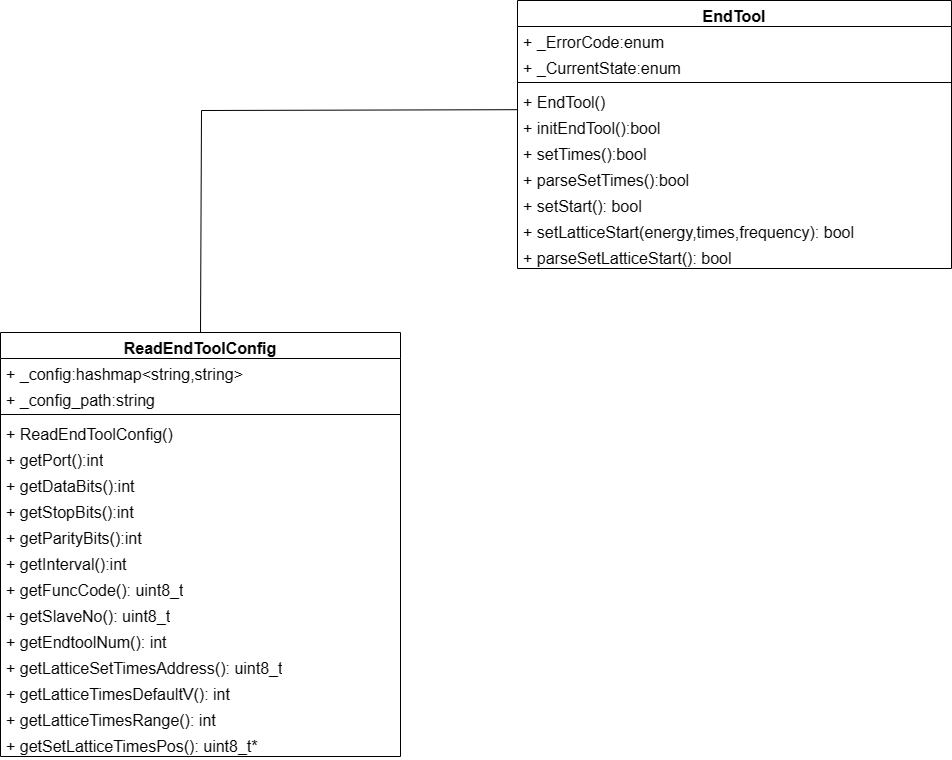
The draw.io diagram 理疗头类图.drawio.png in Durpe/Drawio, before a commit. Source tidied: cells renumbered, new cells last; positions are measured from the earlier drawing's top-left corner, leaving out a move shared by most shapes.
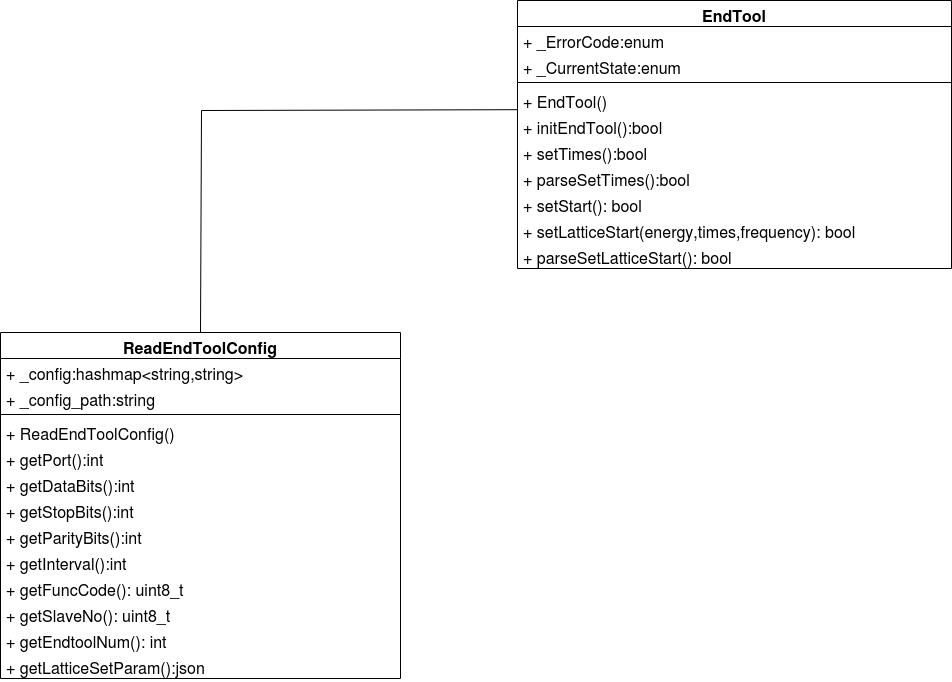
Later version of the same file.

Commit message:
更新理疗头类图.drawio.png

The edit, as a diff of the source:
```diff
@@ -3,7 +3,7 @@
     <mxCell id="0" />
     <mxCell id="1" parent="0" />
     <mxCell id="2" value="ReadEndToolConfig" style="swimlane;fontStyle=1;align=center;verticalAlign=top;horizontal=1;startSize=26;whiteSpace=wrap;html=1;fontSize=16;" parent="1" vertex="1">
-      <mxGeometry y="332" width="400" height="424" as="geometry" />
+      <mxGeometry y="332" width="400" height="346" as="geometry" />
     </mxCell>
     <mxCell id="3" value="+&lt;span style=&quot;white-space: pre; font-size: 16px;&quot;&gt; &lt;/span&gt;_config:hashmap&amp;lt;string,string&amp;gt;&lt;br style=&quot;font-size: 16px;&quot;&gt;" style="text;strokeColor=none;fillColor=none;align=left;verticalAlign=top;spacingLeft=4;spacingRight=4;overflow=hidden;whiteSpace=wrap;html=1;fontSize=16;" parent="2" vertex="1">
       <mxGeometry y="26" width="400" height="26" as="geometry" />
@@ -41,18 +41,9 @@
     <mxCell id="14" value="+ getEndtoolNum(): int" style="text;strokeColor=none;fillColor=none;align=left;verticalAlign=top;spacingLeft=4;spacingRight=4;overflow=hidden;whiteSpace=wrap;html=1;fontSize=16;" parent="2" vertex="1">
       <mxGeometry y="294" width="400" height="26" as="geometry" />
     </mxCell>
-    <mxCell id="15" value="+ getLatticeSetTimesAddress(): uint8_t" style="text;strokeColor=none;fillColor=none;align=left;verticalAlign=top;spacingLeft=4;spacingRight=4;overflow=hidden;whiteSpace=wrap;html=1;fontSize=16;" parent="2" vertex="1">
+    <mxCell id="15" value="+ getLatticeSetParam():json" style="text;strokeColor=none;fillColor=none;align=left;verticalAlign=top;spacingLeft=4;spacingRight=4;overflow=hidden;whiteSpace=wrap;html=1;fontSize=16;" parent="2" vertex="1">
       <mxGeometry y="320" width="400" height="26" as="geometry" />
     </mxCell>
-    <mxCell id="16" value="+ getLatticeTimesDefaultV(): int" style="text;strokeColor=none;fillColor=none;align=left;verticalAlign=top;spacingLeft=4;spacingRight=4;overflow=hidden;whiteSpace=wrap;html=1;fontSize=16;" parent="2" vertex="1">
-      <mxGeometry y="346" width="400" height="26" as="geometry" />
-    </mxCell>
-    <mxCell id="17" value="+ getLatticeTimesRange(): int" style="text;strokeColor=none;fillColor=none;align=left;verticalAlign=top;spacingLeft=4;spacingRight=4;overflow=hidden;whiteSpace=wrap;html=1;fontSize=16;" parent="2" vertex="1">
-      <mxGeometry y="372" width="400" height="26" as="geometry" />
-    </mxCell>
-    <mxCell id="18" value="+ getSetLatticeTimesPos(): uint8_t*" style="text;strokeColor=none;fillColor=none;align=left;verticalAlign=top;spacingLeft=4;spacingRight=4;overflow=hidden;whiteSpace=wrap;html=1;fontSize=16;" parent="2" vertex="1">
-      <mxGeometry y="398" width="400" height="26" as="geometry" />
-    </mxCell>
     <mxCell id="19" value="EndTool" style="swimlane;fontStyle=1;align=center;verticalAlign=top;horizontal=1;startSize=26;whiteSpace=wrap;html=1;fontSize=16;" parent="1" vertex="1">
       <mxGeometry x="517" width="434" height="268" as="geometry" />
     </mxCell>
```
